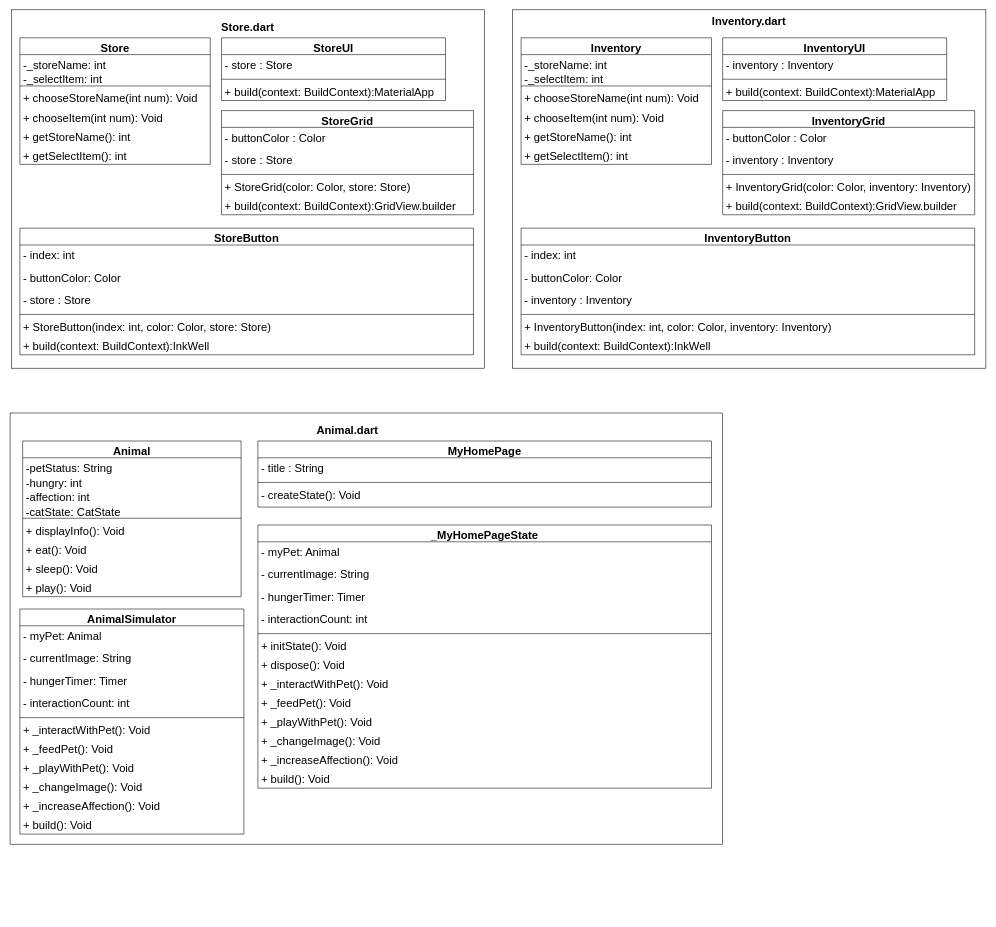
The draw.io diagram class.drawio in LiberationNacho/Project-pop, before the edit. Source tidied: cells renumbered, new cells numbered last; positions are measured from the earlier drawing's top-left corner, leaving out a move shared by most shapes. Both pictures are drawn from the tidied source at 56%, with x=0, y=0 at pixel (10, 10).
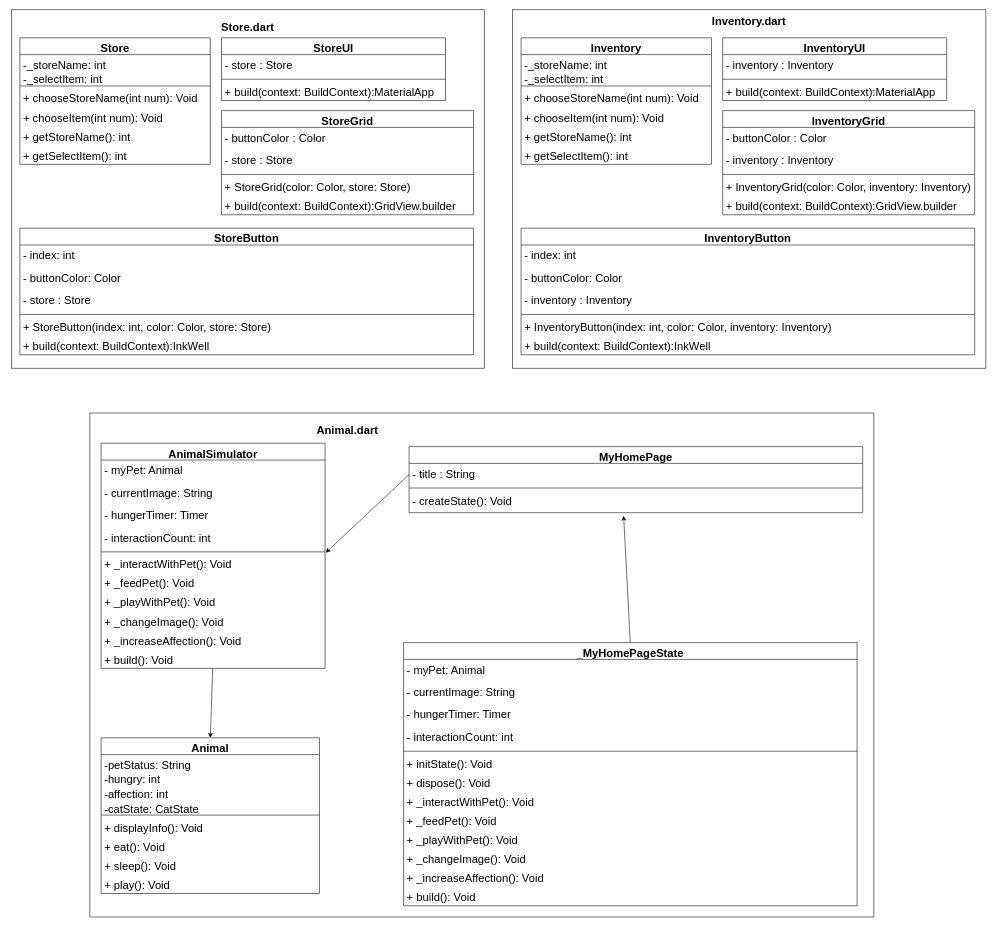
After the change.

The change refers to these unchanged cells:
```xml
<mxCell id="63" value="+ _interactWithPet(): Void" style="text;strokeColor=none;fillColor=none;align=left;verticalAlign=top;spacingLeft=4;spacingRight=4;overflow=hidden;points=[[0,0.5],[1,0.5]];portConstraint=eastwest;fontSize=20;" parent="57" vertex="1">
  <mxGeometry y="198" width="400" height="34" as="geometry" />
</mxCell>
<mxCell id="68" value="+ build(): Void" style="text;strokeColor=none;fillColor=none;align=left;verticalAlign=top;spacingLeft=4;spacingRight=4;overflow=hidden;points=[[0,0.5],[1,0.5]];portConstraint=eastwest;fontSize=20;" parent="57" vertex="1">
  <mxGeometry y="368" width="400" height="34" as="geometry" />
</mxCell>
<mxCell id="81" value="- title : String" style="text;strokeColor=none;fillColor=none;align=left;verticalAlign=top;spacingLeft=4;spacingRight=4;overflow=hidden;points=[[0,0.5],[1,0.5]];portConstraint=eastwest;fontSize=20;" parent="80" vertex="1">
  <mxGeometry y="30" width="810" height="40" as="geometry" />
</mxCell>
<mxCell id="83" value="- createState(): Void" style="text;strokeColor=none;fillColor=none;align=left;verticalAlign=top;spacingLeft=4;spacingRight=4;overflow=hidden;points=[[0,0.5],[1,0.5]];portConstraint=eastwest;fontSize=20;" parent="80" vertex="1">
  <mxGeometry y="78" width="810" height="40" as="geometry" />
</mxCell>
```

What changed in the source:
```diff
@@
     <mxCell id="56" style="rounded=0;whiteSpace=wrap;html=1;" parent="1" vertex="1">
-      <mxGeometry x="-0.5" y="720" width="1272.5" height="770" as="geometry" />
+      <mxGeometry x="142" y="720" width="1400" height="900" as="geometry" />
     </mxCell>
     <mxCell id="57" value="AnimalSimulator" style="swimlane;fontStyle=1;align=center;verticalAlign=top;horizontal=1;startSize=30;fontSize=20;" parent="1" vertex="1">
-      <mxGeometry x="17" y="1070" width="400" height="402" as="geometry" />
+      <mxGeometry x="162" y="774" width="400" height="402" as="geometry" />
     </mxCell>
@@
     <mxCell id="70" value="Animal" style="swimlane;fontStyle=1;align=center;verticalAlign=top;horizontal=1;startSize=30;fontSize=20;" parent="1" vertex="1">
-      <mxGeometry x="22" y="770" width="390" height="278" as="geometry" />
+      <mxGeometry x="162" y="1300" width="390" height="278" as="geometry" />
     </mxCell>
@@
     <mxCell id="80" value="MyHomePage" style="swimlane;fontStyle=1;align=center;verticalAlign=top;horizontal=1;startSize=30;fontSize=20;" parent="1" vertex="1">
-      <mxGeometry x="442" y="770" width="810" height="118" as="geometry" />
+      <mxGeometry x="712" y="780" width="810" height="118" as="geometry" />
     </mxCell>
@@
+    <mxCell id="98" style="edgeStyle=none;html=1;exitX=0.5;exitY=0;exitDx=0;exitDy=0;entryX=0.473;entryY=1.138;entryDx=0;entryDy=0;entryPerimeter=0;" parent="1" edge="1" source="84" target="83">
+      <mxGeometry relative="1" as="geometry" />
+    </mxCell>
     <mxCell id="84" value="_MyHomePageState" style="swimlane;fontStyle=1;align=center;verticalAlign=top;horizontal=1;startSize=30;fontSize=20;" parent="1" vertex="1">
-      <mxGeometry x="442" y="920" width="810" height="470" as="geometry" />
+      <mxGeometry x="702" y="1130" width="810" height="470" as="geometry" />
     </mxCell>
@@
+    <mxCell id="99" style="edgeStyle=none;html=1;exitX=0;exitY=0.5;exitDx=0;exitDy=0;entryX=1.003;entryY=-0.074;entryDx=0;entryDy=0;entryPerimeter=0;" parent="1" edge="1" source="81" target="63">
+      <mxGeometry relative="1" as="geometry" />
+    </mxCell>
+    <mxCell id="100" style="edgeStyle=none;html=1;entryX=0.5;entryY=0;entryDx=0;entryDy=0;" parent="1" edge="1" source="68" target="70">
+      <mxGeometry relative="1" as="geometry" />
+    </mxCell>
```
